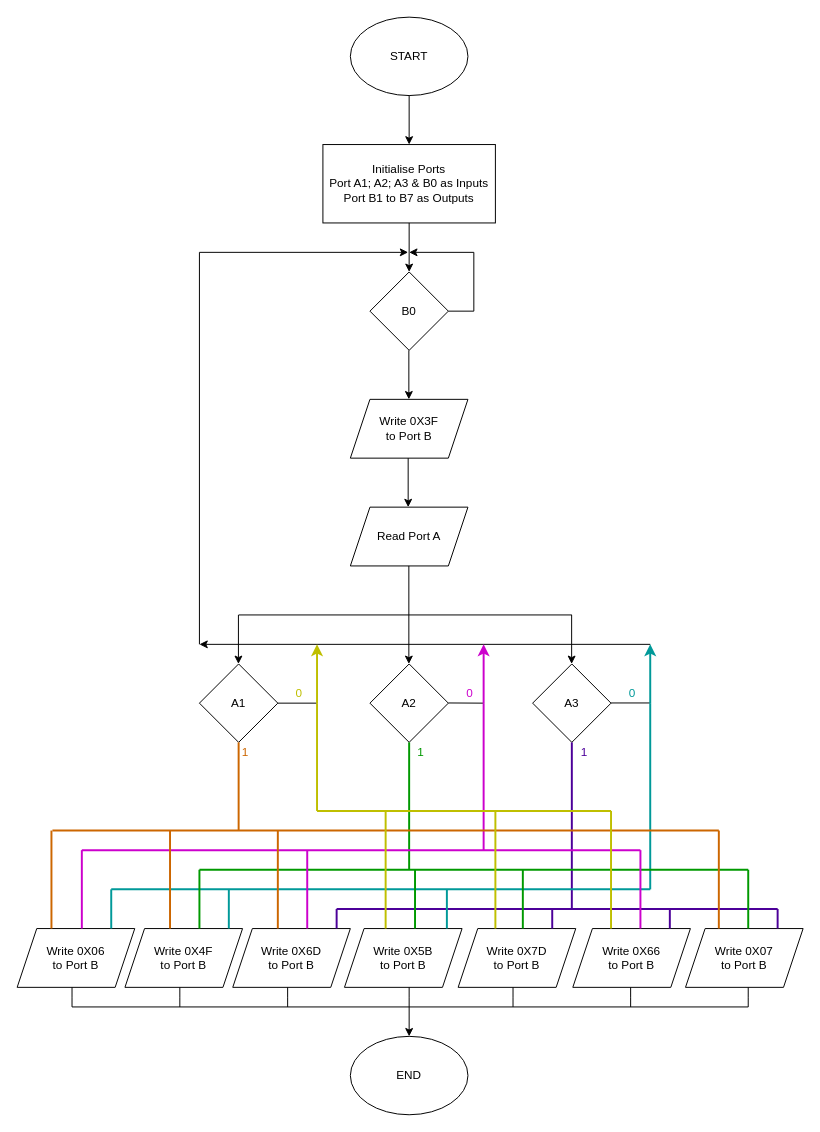
D-Lae/D-Lae keeps this draw.io diagram as Untitled Diagram.drawio. Above is the earlier version. Source tidied: cells renumbered, new cells numbered last; positions are measured from the earlier drawing's top-left corner, leaving out a move shared by most shapes. Both pictures are drawn from the tidied source at 98%, with x=0, y=0 at pixel (17, 17).
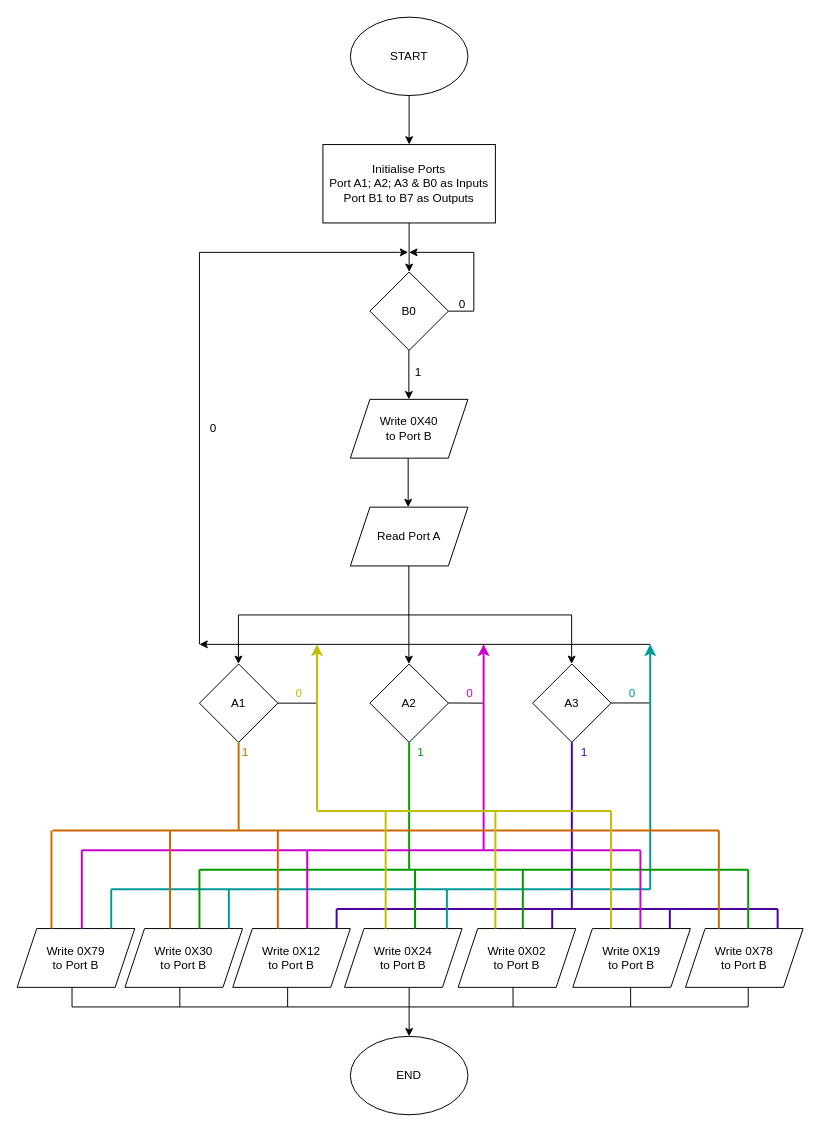
Above is the later version.

Diff of the diagram source:
```diff
@@
-    <mxCell id="9" value="Write 0X07&lt;br&gt;to Port B" style="shape=parallelogram;perimeter=parallelogramPerimeter;whiteSpace=wrap;html=1;fixedSize=1;" parent="1" vertex="1">
+    <mxCell id="9" value="Write 0X78&lt;br&gt;to Port B" style="shape=parallelogram;perimeter=parallelogramPerimeter;whiteSpace=wrap;html=1;fixedSize=1;" parent="1" vertex="1">
       <mxGeometry x="682" y="930" width="120" height="60" as="geometry" />
     </mxCell>
-    <mxCell id="10" value="Write 0X66&lt;br&gt;to Port B" style="shape=parallelogram;perimeter=parallelogramPerimeter;whiteSpace=wrap;html=1;fixedSize=1;" parent="1" vertex="1">
+    <mxCell id="10" value="Write 0X19&lt;br&gt;to Port B" style="shape=parallelogram;perimeter=parallelogramPerimeter;whiteSpace=wrap;html=1;fixedSize=1;" parent="1" vertex="1">
       <mxGeometry x="567" y="930" width="120" height="60" as="geometry" />
     </mxCell>
-    <mxCell id="11" value="Write 0X7D&lt;br&gt;to Port B" style="shape=parallelogram;perimeter=parallelogramPerimeter;whiteSpace=wrap;html=1;fixedSize=1;" parent="1" vertex="1">
+    <mxCell id="11" value="Write 0X02&lt;br&gt;to Port B" style="shape=parallelogram;perimeter=parallelogramPerimeter;whiteSpace=wrap;html=1;fixedSize=1;" parent="1" vertex="1">
       <mxGeometry x="450" y="930" width="120" height="60" as="geometry" />
     </mxCell>
-    <mxCell id="12" value="Write 0X5B&lt;br&gt;to Port B" style="shape=parallelogram;perimeter=parallelogramPerimeter;whiteSpace=wrap;html=1;fixedSize=1;" parent="1" vertex="1">
+    <mxCell id="12" value="Write 0X24&lt;br&gt;to Port B" style="shape=parallelogram;perimeter=parallelogramPerimeter;whiteSpace=wrap;html=1;fixedSize=1;" parent="1" vertex="1">
       <mxGeometry x="334" y="930" width="120" height="60" as="geometry" />
     </mxCell>
-    <mxCell id="13" value="Write 0X6D&lt;br&gt;to Port B" style="shape=parallelogram;perimeter=parallelogramPerimeter;whiteSpace=wrap;html=1;fixedSize=1;" parent="1" vertex="1">
+    <mxCell id="13" value="Write 0X12&lt;br&gt;to Port B" style="shape=parallelogram;perimeter=parallelogramPerimeter;whiteSpace=wrap;html=1;fixedSize=1;" parent="1" vertex="1">
       <mxGeometry x="220" y="930" width="120" height="60" as="geometry" />
     </mxCell>
-    <mxCell id="14" value="Write 0X4F&lt;br&gt;to Port B" style="shape=parallelogram;perimeter=parallelogramPerimeter;whiteSpace=wrap;html=1;fixedSize=1;" parent="1" vertex="1">
+    <mxCell id="14" value="Write 0X30&lt;br&gt;to Port B" style="shape=parallelogram;perimeter=parallelogramPerimeter;whiteSpace=wrap;html=1;fixedSize=1;" parent="1" vertex="1">
       <mxGeometry x="110" y="930" width="120" height="60" as="geometry" />
     </mxCell>
-    <mxCell id="15" value="Write 0X06&lt;br&gt;to Port B" style="shape=parallelogram;perimeter=parallelogramPerimeter;whiteSpace=wrap;html=1;fixedSize=1;" parent="1" vertex="1">
+    <mxCell id="15" value="Write 0X79&lt;br&gt;to Port B" style="shape=parallelogram;perimeter=parallelogramPerimeter;whiteSpace=wrap;html=1;fixedSize=1;" parent="1" vertex="1">
       <mxGeometry y="930" width="120" height="60" as="geometry" />
     </mxCell>
@@
-    <mxCell id="17" value="Write 0X3F&lt;br&gt;to Port B" style="shape=parallelogram;perimeter=parallelogramPerimeter;whiteSpace=wrap;html=1;fixedSize=1;" parent="1" vertex="1">
+    <mxCell id="17" value="Write 0X40&lt;br&gt;to Port B" style="shape=parallelogram;perimeter=parallelogramPerimeter;whiteSpace=wrap;html=1;fixedSize=1;" parent="1" vertex="1">
       <mxGeometry x="340" y="390" width="120" height="60" as="geometry" />
     </mxCell>
@@
+    <mxCell id="87" value="0" style="text;html=1;strokeColor=none;fillColor=none;align=center;verticalAlign=middle;whiteSpace=wrap;rounded=0;" parent="1" vertex="1">
+      <mxGeometry x="186" y="412.5" width="29" height="15" as="geometry" />
+    </mxCell>
+    <mxCell id="88" value="0" style="text;html=1;strokeColor=none;fillColor=none;align=center;verticalAlign=middle;whiteSpace=wrap;rounded=0;" parent="1" vertex="1">
+      <mxGeometry x="440" y="285" width="29" height="15" as="geometry" />
+    </mxCell>
+    <mxCell id="89" value="1" style="text;html=1;strokeColor=none;fillColor=none;align=center;verticalAlign=middle;whiteSpace=wrap;rounded=0;" parent="1" vertex="1">
+      <mxGeometry x="395" y="355" width="29" height="15" as="geometry" />
+    </mxCell>
```
